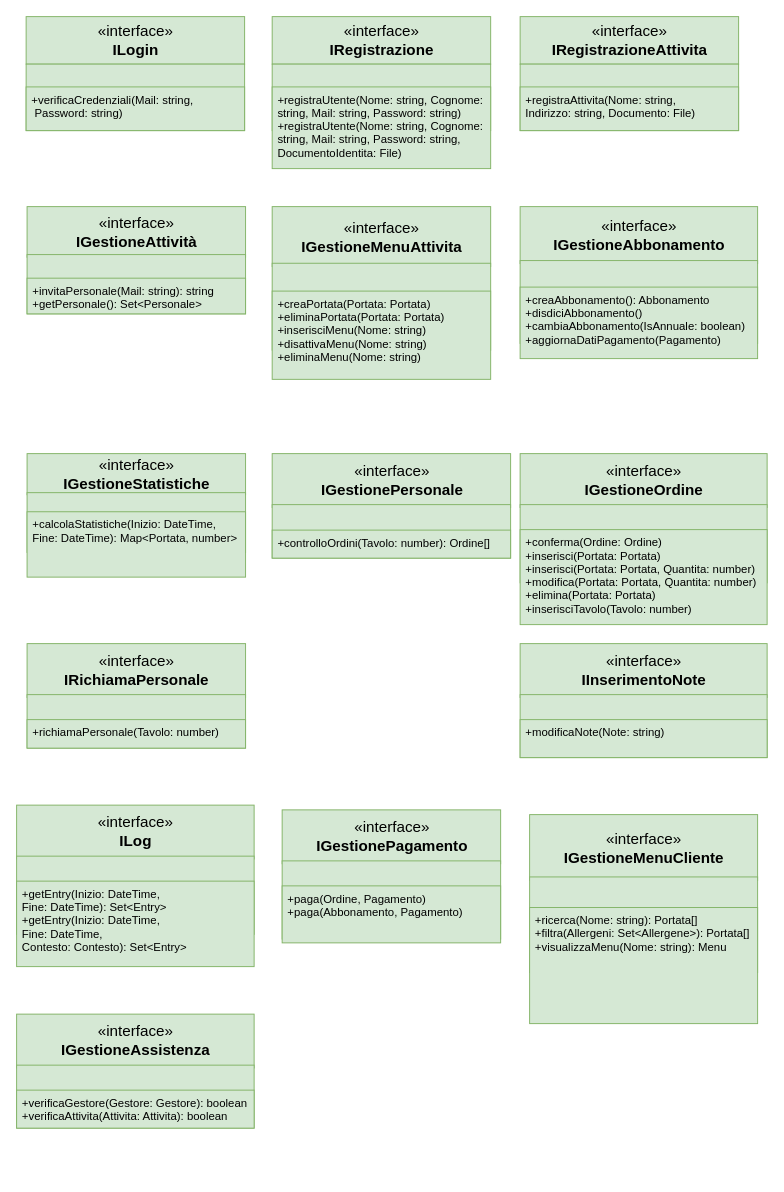
Above: progettazione/interfacce.drawio in Marco-Burattoni/Progetto-ids (draw.io), before the change. Source tidied: cells renumbered, new cells numbered last; positions are measured from the earlier drawing's top-left corner, leaving out a move shared by most shapes. Both pictures are drawn from the tidied source at 95%, with x=0, y=0 at pixel (16, 16).
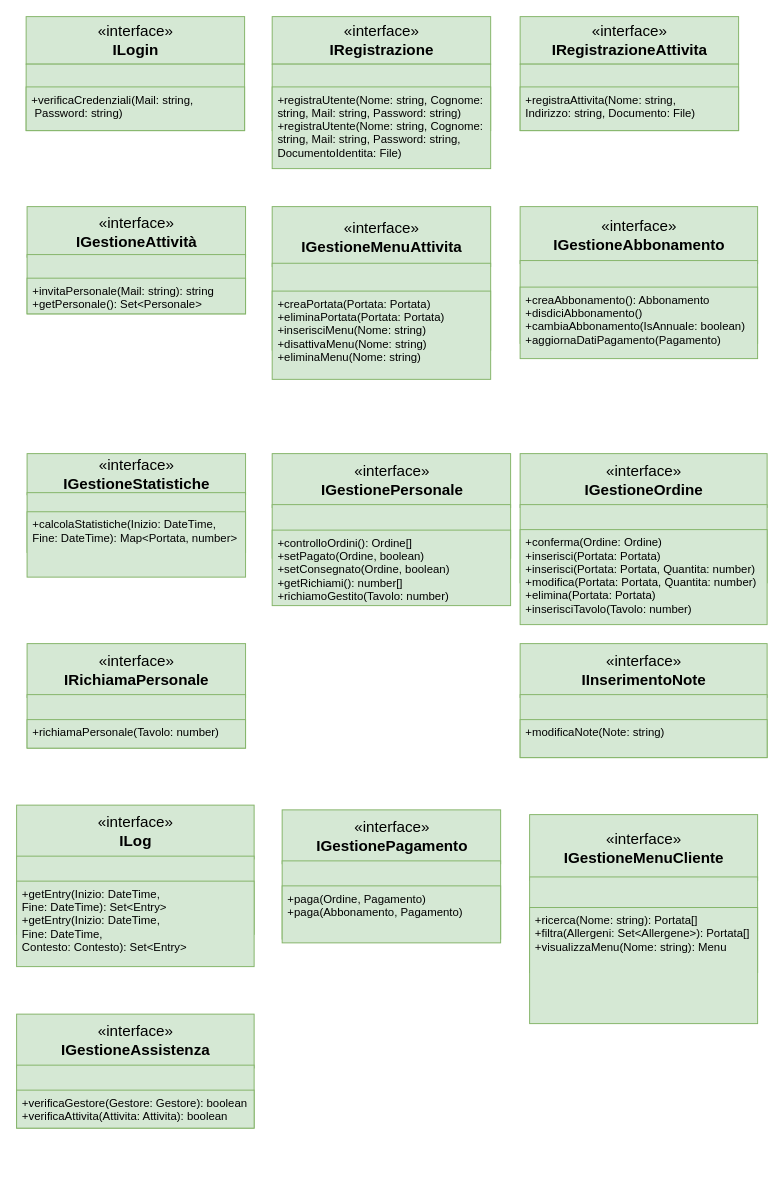
The same diagram, later.

The change refers to these unchanged cells:
```xml
<mxCell id="22" style="group;" parent="1" vertex="1">
  <mxGeometry x="269" y="460" width="251" height="220" as="geometry" />
</mxCell>
```

Change to the diagram source:
```diff
@@
-    <mxCell id="26" value="+controlloOrdini(Tavolo: number): Ordine[]" style="text;strokeColor=#82b366;fillColor=#d5e8d4;align=left;verticalAlign=top;spacingLeft=4;spacingRight=4;overflow=hidden;fontSize=12;" parent="22" vertex="1">
-      <mxGeometry y="80.5" width="251" height="29.5" as="geometry" />
+    <mxCell id="26" value="+controlloOrdini(): Ordine[]&#10;+setPagato(Ordine, boolean)&#10;+setConsegnato(Ordine, boolean)&#10;+getRichiami(): number[]&#10;+richiamoGestito(Tavolo: number)" style="text;strokeColor=#82b366;fillColor=#d5e8d4;align=left;verticalAlign=top;spacingLeft=4;spacingRight=4;overflow=hidden;fontSize=12;" parent="22" vertex="1">
+      <mxGeometry y="80.5" width="251" height="79.5" as="geometry" />
     </mxCell>
```
